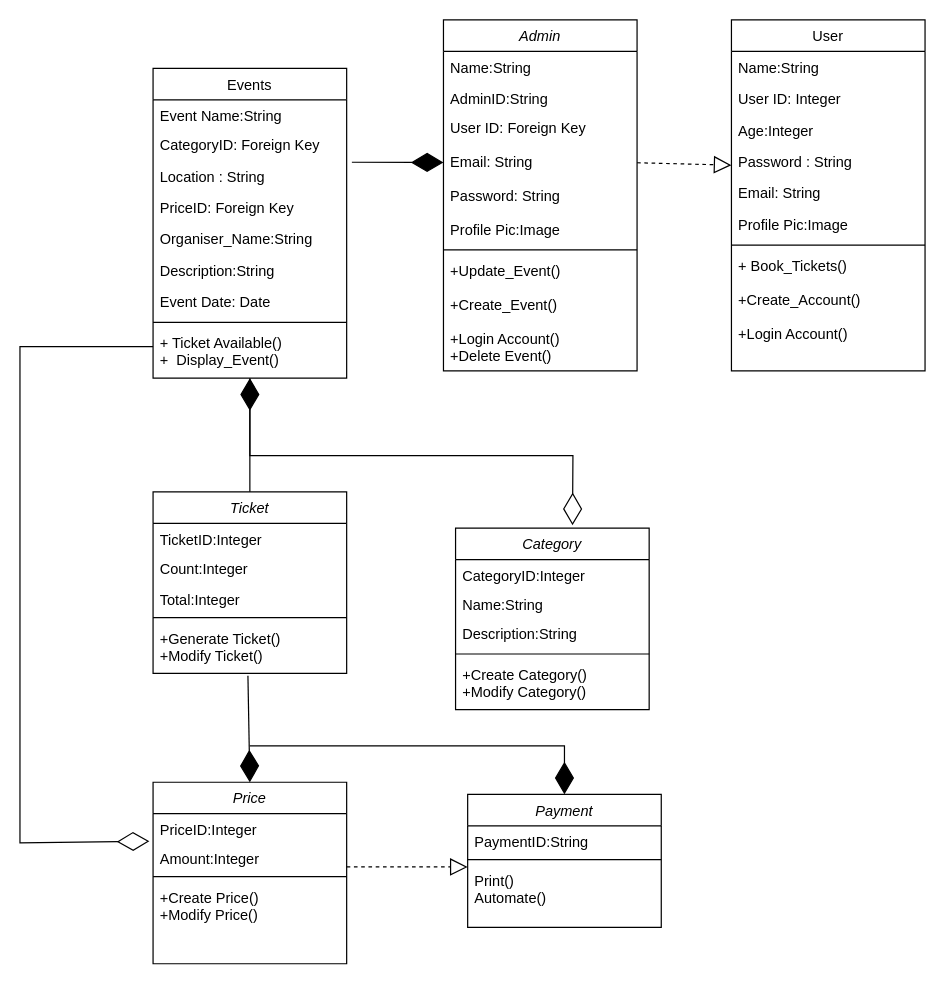
The draw.io diagram Untitled Diagram.drawio in Stormtroopper/HTML-layout-learning, before the edit. Source tidied: cells renumbered, new cells numbered last; positions are measured from the earlier drawing's top-left corner, leaving out a move shared by most shapes. Both pictures are drawn from the tidied source at 121%, with x=0, y=0 at pixel (19, 19).
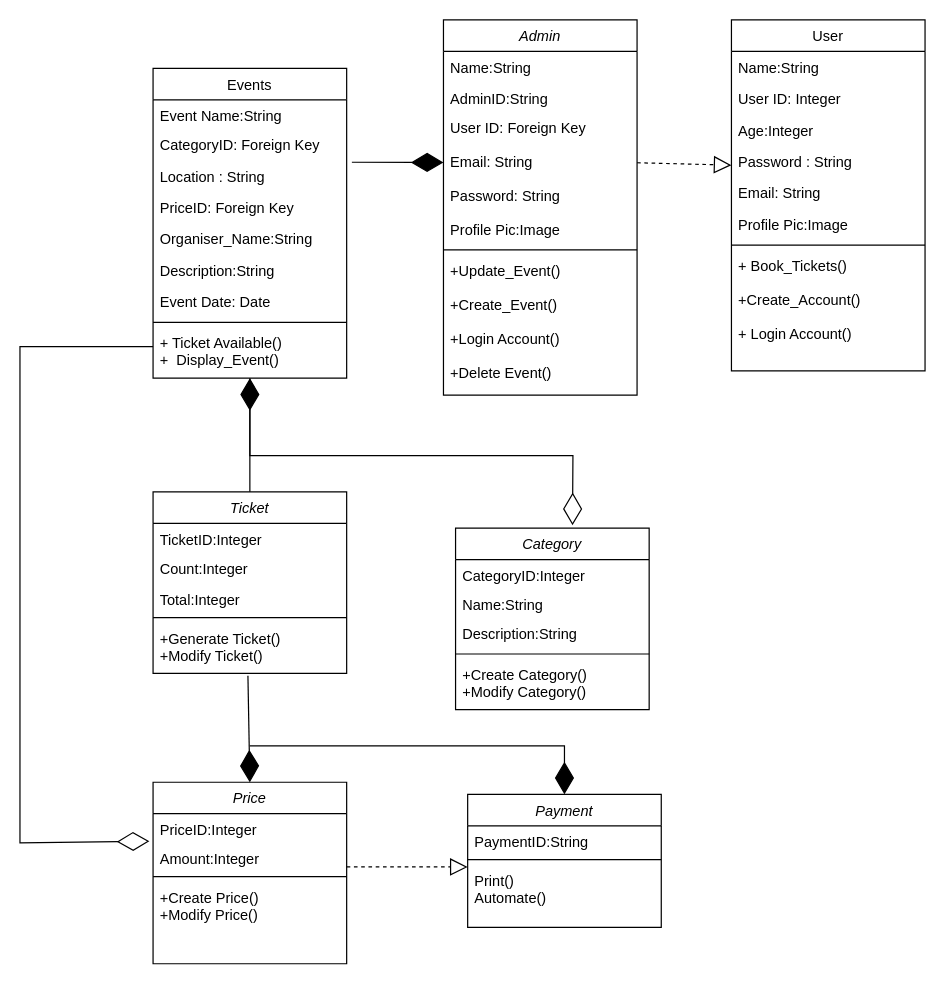
Above is the later version.

The change refers to these unchanged cells:
```xml
<mxCell id="19" value="User" style="swimlane;fontStyle=0;align=center;verticalAlign=top;horizontal=1;startSize=26;rounded=0;shadow=0;strokeWidth=1;" parent="1" vertex="1">
  <mxGeometry x="588" width="160" height="290" as="geometry" />
</mxCell>
```

Change to the diagram source:
```diff
@@
     <mxCell id="2" value="Admin" style="swimlane;fontStyle=2;align=center;verticalAlign=top;horizontal=1;startSize=26;rounded=0;shadow=0;strokeWidth=1;" parent="1" vertex="1">
-      <mxGeometry x="350" width="160" height="290" as="geometry" />
+      <mxGeometry x="350" width="160" height="310" as="geometry" />
     </mxCell>
@@
-    <mxCell id="8" value="+Update_Event()&#10;&#10;+Create_Event()&#10;&#10;+Login Account()&#10;+Delete Event()" style="text;align=left;verticalAlign=top;spacingLeft=4;spacingRight=4;overflow=hidden;" parent="2" vertex="1">
-      <mxGeometry y="194" width="160" height="96" as="geometry" />
+    <mxCell id="8" value="+Update_Event()&#10;&#10;+Create_Event()&#10;&#10;+Login Account()&#10;&#10;+Delete Event()" style="text;align=left;verticalAlign=top;spacingLeft=4;spacingRight=4;overflow=hidden;" parent="2" vertex="1">
+      <mxGeometry y="194" width="160" height="116" as="geometry" />
     </mxCell>
@@
-    <mxCell id="27" value="+ Book_Tickets()&#10; &#10;+Create_Account()&#10;&#10;+Login Account()&#10;" style="text;align=left;verticalAlign=top;spacingLeft=4;spacingRight=4;overflow=hidden;" parent="19" vertex="1">
+    <mxCell id="27" value="+ Book_Tickets()&#10; &#10;+Create_Account()&#10;&#10;+ Login Account()&#10;" style="text;align=left;verticalAlign=top;spacingLeft=4;spacingRight=4;overflow=hidden;" parent="19" vertex="1">
       <mxGeometry y="190" width="160" height="88" as="geometry" />
     </mxCell>
```
